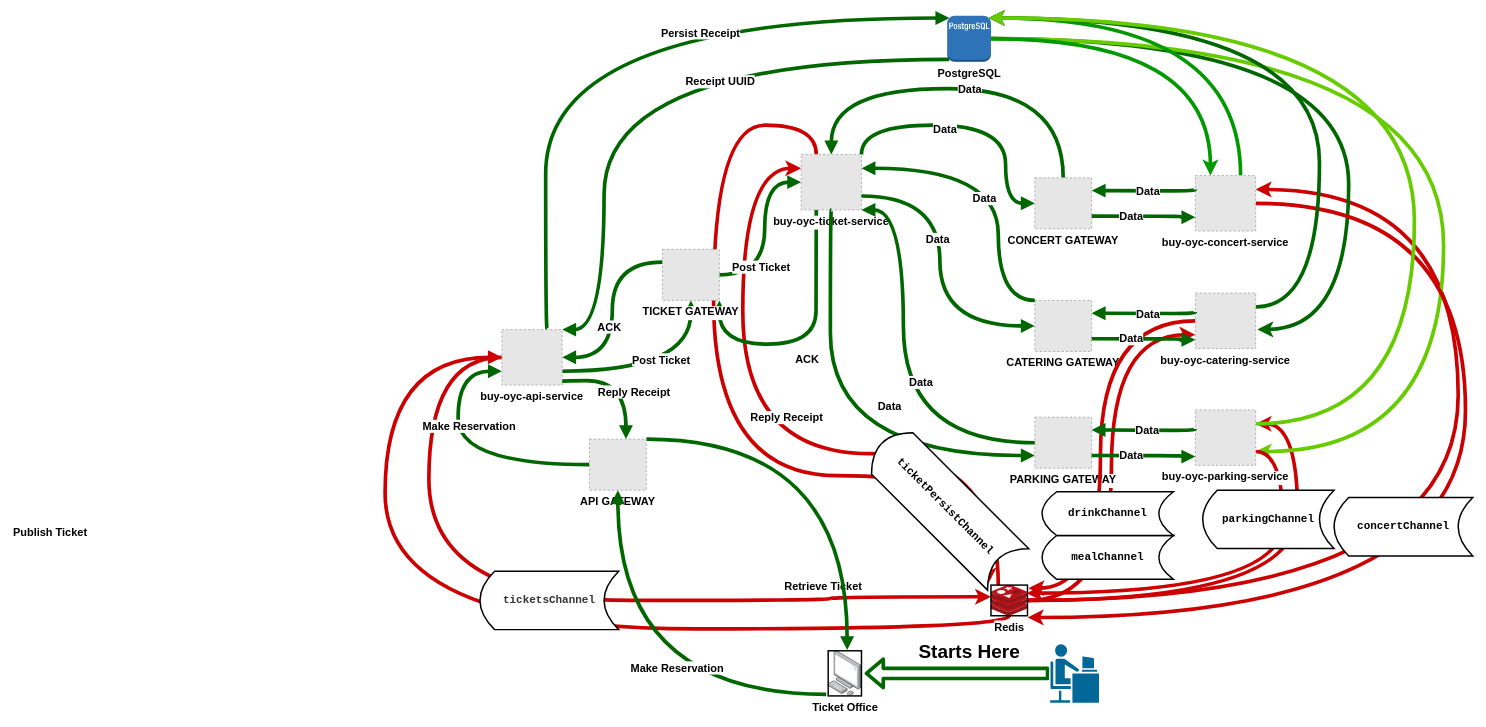
Before: docs/sketches/articles.oyc.general.drawio in jesperancinha/buy-odd-yucca-concert, a draw.io diagram. Source tidied: cells renumbered, new cells numbered last; positions are measured from the earlier drawing's top-left corner, leaving out a move shared by most shapes. Both pictures are drawn from the tidied source at 73%, with x=0, y=0 at pixel (385, 15). Pictures stored in the file or linked from it are replaced by grey dashed boxes.
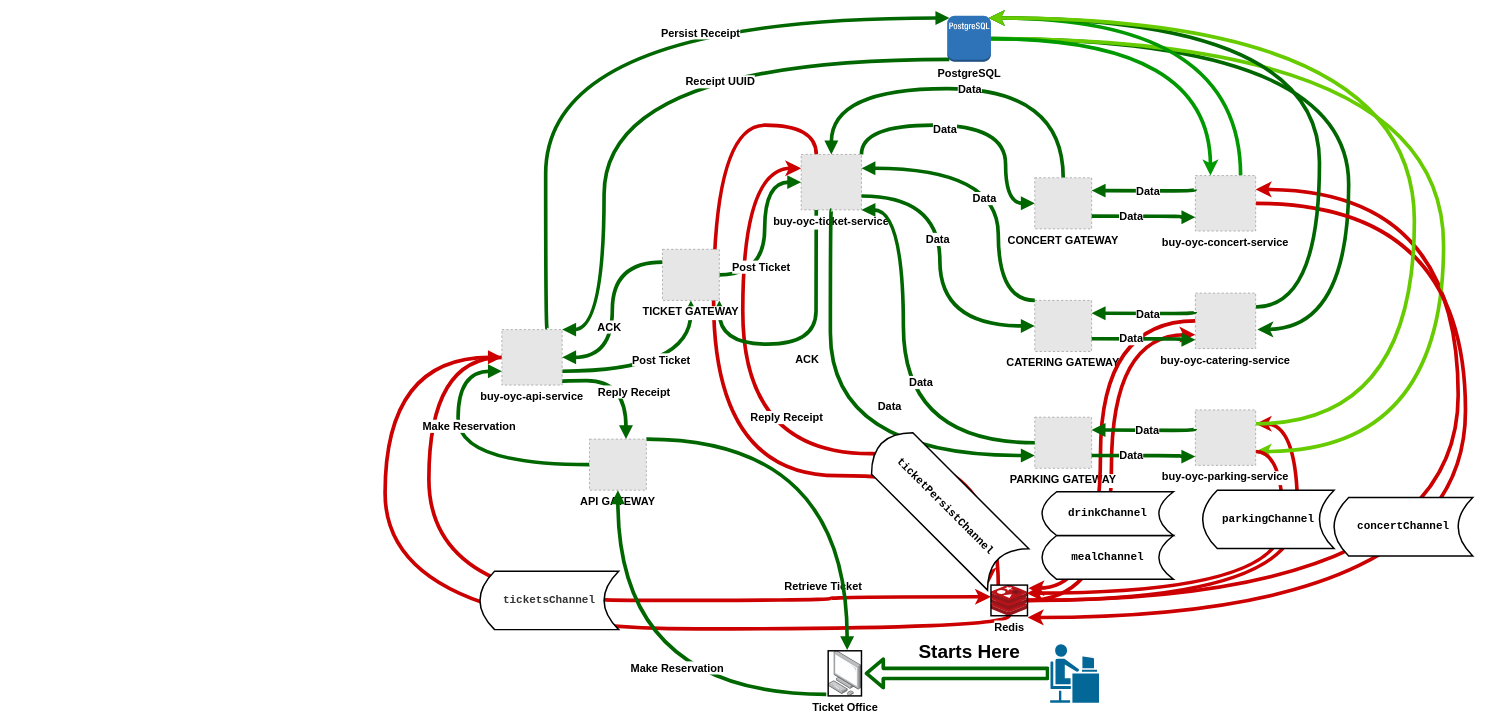
The same diagram, later.

The change refers to these unchanged cells:
```xml
<mxCell id="2" style="edgeStyle=orthogonalEdgeStyle;curved=1;jettySize=auto;html=1;entryX=0;entryY=0.381;entryDx=0;entryDy=0;entryPerimeter=0;startArrow=none;startFill=0;strokeColor=#CC0000;strokeWidth=5;fontSize=15;fontStyle=1;" parent="1" edge="1" source="25" target="13">
  <mxGeometry relative="1" as="geometry">
    <Array as="points">
      <mxPoint x="60" y="468" />
      <mxPoint x="60" y="801" />
      <mxPoint x="610" y="801" />
      <mxPoint x="610" y="796" />
    </Array>
  </mxGeometry>
</mxCell>
```

Change to the diagram source:
```diff
@@
-    <mxCell id="3" value="Publish Ticket" style="edgeLabel;html=1;align=center;verticalAlign=middle;fontSize=15;fontStyle=1;" parent="2" vertex="1">
-      <mxGeometry x="-0.44" y="-25" relative="1" as="geometry">
-        <mxPoint x="-495" as="offset" />
-      </mxGeometry>
-    </mxCell>
```
